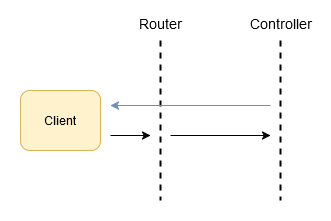
The draw.io diagram assets/without-jwt.png in ArtoriasCode/jwtgo, before a commit. Source tidied: cells renumbered, new cells last; positions are measured from the earlier drawing's top-left corner, leaving out a move shared by most shapes.
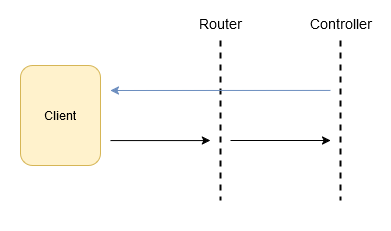
After the commit.

What changed in the source:
```diff
@@ -14,35 +14,33 @@
         <mxPoint x="280" y="200" as="targetPoint" />
       </mxGeometry>
     </mxCell>
-    <mxCell id="4" value="Client" style="rounded=1;whiteSpace=wrap;html=1;fillColor=#fff2cc;strokeColor=#d6b656;" parent="1" vertex="1">
-      <mxGeometry x="20" y="90" width="80" height="60" as="geometry" />
-    </mxCell>
-    <mxCell id="5" style="endArrow=classic;html=1;rounded=0;" parent="1" edge="1">
-      <mxGeometry relative="1" as="geometry">
-        <mxPoint x="110" y="135" as="sourcePoint" />
-        <mxPoint x="150" y="135" as="targetPoint" />
-      </mxGeometry>
-    </mxCell>
-    <mxCell id="6" style="endArrow=classic;html=1;rounded=0;curved=0;" parent="1" edge="1">
-      <mxGeometry relative="1" as="geometry">
-        <mxPoint x="170" y="135" as="sourcePoint" />
-        <mxPoint x="270" y="135" as="targetPoint" />
-      </mxGeometry>
-    </mxCell>
-    <mxCell id="7" style="endArrow=classic;html=1;rounded=0;fillColor=#dae8fc;strokeColor=#6c8ebf;" parent="1" edge="1">
-      <mxGeometry relative="1" as="geometry">
-        <mxPoint x="270" y="105" as="sourcePoint" />
-        <mxPoint x="110" y="105" as="targetPoint" />
-      </mxGeometry>
-    </mxCell>
     <mxCell id="8" value="Router" style="text;strokeColor=none;fillColor=none;html=1;fontSize=14;fontStyle=0;verticalAlign=middle;align=center;" parent="1" vertex="1">
       <mxGeometry x="110" y="3" width="100" height="40" as="geometry" />
     </mxCell>
-    <mxCell id="9" value="&lt;div&gt;Controller&lt;/div&gt;" style="text;strokeColor=none;fillColor=none;html=1;fontSize=14;fontStyle=0;verticalAlign=middle;align=center;" parent="1" vertex="1">
+    <mxCell id="9" value="&lt;div&gt;&lt;div&gt;Controller&lt;/div&gt;&lt;/div&gt;" style="text;strokeColor=none;fillColor=none;html=1;fontSize=14;fontStyle=0;verticalAlign=middle;align=center;" parent="1" vertex="1">
       <mxGeometry x="230" y="3" width="100" height="40" as="geometry" />
     </mxCell>
     <mxCell id="10" style="swimlane;startSize=0;strokeColor=none;" parent="1" vertex="1">
-      <mxGeometry width="330" height="220" as="geometry" />
+      <mxGeometry x="-60" width="390" height="230" as="geometry" />
     </mxCell>
+    <mxCell id="11" style="endArrow=classic;html=1;rounded=0;curved=0;" parent="10" edge="1">
+      <mxGeometry relative="1" as="geometry">
+        <mxPoint x="230" y="140" as="sourcePoint" />
+        <mxPoint x="330" y="140" as="targetPoint" />
+      </mxGeometry>
+    </mxCell>
+    <mxCell id="5" style="endArrow=classic;html=1;rounded=0;exitX=0.216;exitY=0.609;exitDx=0;exitDy=0;exitPerimeter=0;entryX=0.538;entryY=0.609;entryDx=0;entryDy=0;entryPerimeter=0;" parent="10" edge="1" target="10">
+      <mxGeometry relative="1" as="geometry">
+        <mxPoint x="110" y="140.1" as="sourcePoint" />
+      </mxGeometry>
+    </mxCell>
+    <mxCell id="4" value="Client" style="rounded=1;whiteSpace=wrap;html=1;fillColor=#fff2cc;strokeColor=#d6b656;" parent="1" vertex="1">
+      <mxGeometry x="-40" y="65" width="80" height="100" as="geometry" />
+    </mxCell>
+    <mxCell id="7" style="endArrow=classic;html=1;rounded=0;fillColor=#dae8fc;strokeColor=#6c8ebf;exitX=0.846;exitY=0.391;exitDx=0;exitDy=0;exitPerimeter=0;" parent="1" edge="1" source="10">
+      <mxGeometry relative="1" as="geometry">
+        <mxPoint x="50" y="90" as="targetPoint" />
+      </mxGeometry>
+    </mxCell>
   </root>
 </mxGraphModel>
```
